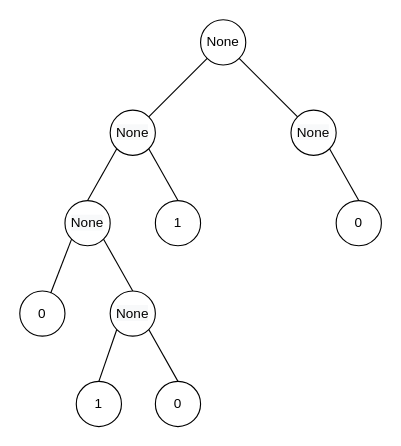
Before: Untitled Diagram.drawio in BWaaaa/TicTacToe_Bwaaa, a draw.io diagram. Source tidied: cells renumbered, new cells numbered last; positions are measured from the earlier drawing's top-left corner, leaving out a move shared by most shapes. Both pictures are drawn from the tidied source at 113%, with x=0, y=0 at pixel (19, 19).
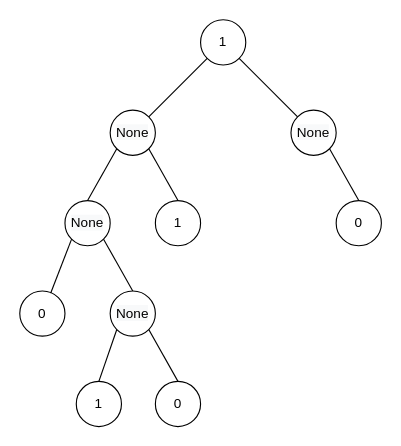
After the change.

Diff of the diagram source:
```diff
@@
-    <mxCell id="2" value="None" style="ellipse;whiteSpace=wrap;html=1;" parent="1" vertex="1">
+    <mxCell id="2" value="1" style="ellipse;whiteSpace=wrap;html=1;" parent="1" vertex="1">
       <mxGeometry x="160" width="40" height="40" as="geometry" />
     </mxCell>
```
